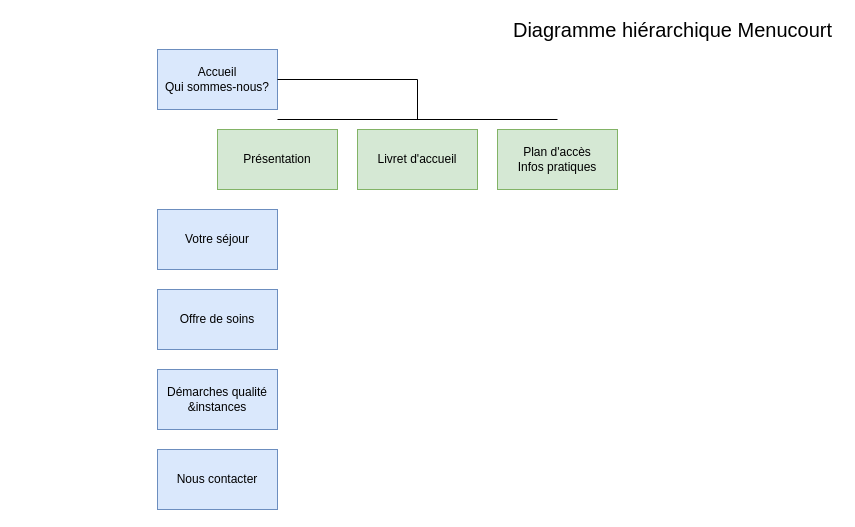
tchouky/tchouky keeps this draw.io diagram as Untitled Diagram.drawio. Above is the earlier version. Source tidied: cells renumbered, new cells numbered last; positions are measured from the earlier drawing's top-left corner, leaving out a move shared by most shapes. Both pictures are drawn from the tidied source at 100%, with x=0, y=0 at pixel (157, 19).
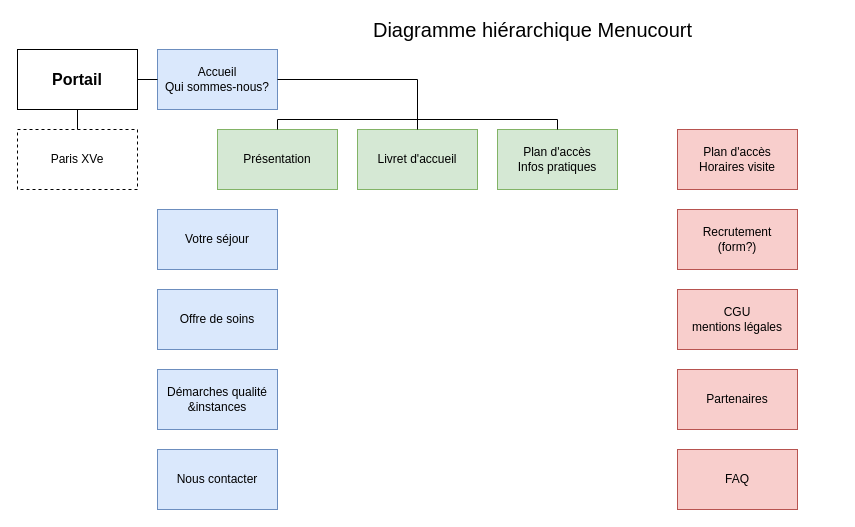
The same page after the edit.

The change refers to these unchanged cells:
```xml
<mxCell id="2" value="&lt;div&gt;Accueil&lt;/div&gt;&lt;div&gt;Qui sommes-nous?&lt;br&gt;&lt;/div&gt;" style="rounded=0;whiteSpace=wrap;html=1;fillColor=#dae8fc;strokeColor=#6c8ebf;" parent="1" vertex="1">
  <mxGeometry y="30" width="120" height="60" as="geometry" />
</mxCell>
<mxCell id="8" value="Présentation" style="rounded=0;whiteSpace=wrap;html=1;fillColor=#d5e8d4;strokeColor=#82b366;" parent="1" vertex="1">
  <mxGeometry x="60" y="110" width="120" height="60" as="geometry" />
</mxCell>
<mxCell id="9" value="Livret d'accueil" style="rounded=0;whiteSpace=wrap;html=1;fillColor=#d5e8d4;strokeColor=#82b366;" parent="1" vertex="1">
  <mxGeometry x="200" y="110" width="120" height="60" as="geometry" />
</mxCell>
<mxCell id="10" value="&lt;div&gt;Plan d'accès&lt;/div&gt;&lt;div&gt;Infos pratiques&lt;br&gt;&lt;/div&gt;" style="rounded=0;whiteSpace=wrap;html=1;fillColor=#d5e8d4;strokeColor=#82b366;" parent="1" vertex="1">
  <mxGeometry x="340" y="110" width="120" height="60" as="geometry" />
</mxCell>
```

Change to the diagram source:
```diff
@@
     <mxCell id="5" value="&lt;font style=&quot;font-size: 20px&quot;&gt;Diagramme hiérarchique Menucourt&lt;/font&gt;" style="text;html=1;align=center;verticalAlign=middle;strokeColor=none;fillColor=none;" parent="1" vertex="1">
-      <mxGeometry x="350" width="330" height="20" as="geometry" />
+      <mxGeometry x="210" width="330" height="20" as="geometry" />
     </mxCell>
@@
+    <mxCell id="14" style="endArrow=none;html=1;exitX=0.5;exitY=0;exitDx=0;exitDy=0;" parent="1" edge="1" source="8">
+      <mxGeometry relative="1" as="geometry">
+        <mxPoint x="120" y="100" as="targetPoint" />
+      </mxGeometry>
+    </mxCell>
+    <mxCell id="15" style="endArrow=none;html=1;exitX=0.5;exitY=0;exitDx=0;exitDy=0;" parent="1" edge="1" source="10">
+      <mxGeometry relative="1" as="geometry">
+        <mxPoint x="400" y="100" as="targetPoint" />
+      </mxGeometry>
+    </mxCell>
+    <mxCell id="16" style="endArrow=none;html=1;exitX=0.5;exitY=0;exitDx=0;exitDy=0;" parent="1" edge="1" source="9">
+      <mxGeometry relative="1" as="geometry">
+        <mxPoint x="260" y="100" as="targetPoint" />
+      </mxGeometry>
+    </mxCell>
+    <mxCell id="17" value="&lt;div&gt;Plan d'accès&lt;/div&gt;&lt;div&gt;Horaires visite&lt;br&gt;&lt;/div&gt;" style="rounded=0;whiteSpace=wrap;html=1;fillColor=#f8cecc;strokeColor=#b85450;" parent="1" vertex="1">
+      <mxGeometry x="520" y="110" width="120" height="60" as="geometry" />
+    </mxCell>
+    <mxCell id="18" value="&lt;div&gt;Recrutement&lt;/div&gt;&lt;div&gt;(form?)&lt;br&gt;&lt;/div&gt;" style="rounded=0;whiteSpace=wrap;html=1;fillColor=#f8cecc;strokeColor=#b85450;" parent="1" vertex="1">
+      <mxGeometry x="520" y="190" width="120" height="60" as="geometry" />
+    </mxCell>
+    <mxCell id="19" value="&lt;div&gt;CGU&lt;/div&gt;&lt;div&gt;mentions légales&lt;br&gt;&lt;/div&gt;" style="rounded=0;whiteSpace=wrap;html=1;fillColor=#f8cecc;strokeColor=#b85450;" parent="1" vertex="1">
+      <mxGeometry x="520" y="270" width="120" height="60" as="geometry" />
+    </mxCell>
+    <mxCell id="20" value="Partenaires" style="rounded=0;whiteSpace=wrap;html=1;fillColor=#f8cecc;strokeColor=#b85450;" parent="1" vertex="1">
+      <mxGeometry x="520" y="350" width="120" height="60" as="geometry" />
+    </mxCell>
+    <mxCell id="21" value="FAQ" style="rounded=0;whiteSpace=wrap;html=1;fillColor=#f8cecc;strokeColor=#b85450;" parent="1" vertex="1">
+      <mxGeometry x="520" y="430" width="120" height="60" as="geometry" />
+    </mxCell>
+    <mxCell id="22" value="&lt;b&gt;&lt;font style=&quot;font-size: 16px&quot;&gt;Portail&lt;/font&gt;&lt;/b&gt;" style="rounded=0;whiteSpace=wrap;html=1;" parent="1" vertex="1">
+      <mxGeometry x="-140" y="30" width="120" height="60" as="geometry" />
+    </mxCell>
+    <mxCell id="23" value="Paris XVe" style="rounded=0;whiteSpace=wrap;html=1;dashed=1;" parent="1" vertex="1">
+      <mxGeometry x="-140" y="110" width="120" height="60" as="geometry" />
+    </mxCell>
+    <mxCell id="24" style="endArrow=none;html=1;entryX=1;entryY=0.5;entryDx=0;entryDy=0;exitX=0;exitY=0.5;exitDx=0;exitDy=0;" parent="1" edge="1" source="2" target="22">
+      <mxGeometry relative="1" as="geometry" />
+    </mxCell>
+    <mxCell id="25" style="endArrow=none;html=1;entryX=0.5;entryY=1;entryDx=0;entryDy=0;exitX=0.5;exitY=0;exitDx=0;exitDy=0;" parent="1" edge="1" source="23" target="22">
+      <mxGeometry relative="1" as="geometry" />
+    </mxCell>
```
